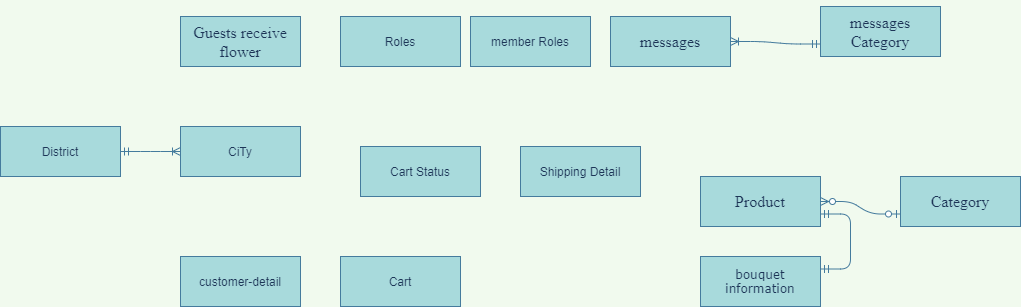
maialino123/Eproject-SEM3 keeps this draw.io diagram as Untitled Diagram.png. Above is the earlier version. Source tidied: cells renumbered, new cells last; positions are measured from the earlier drawing's top-left corner, leaving out a move shared by most shapes.
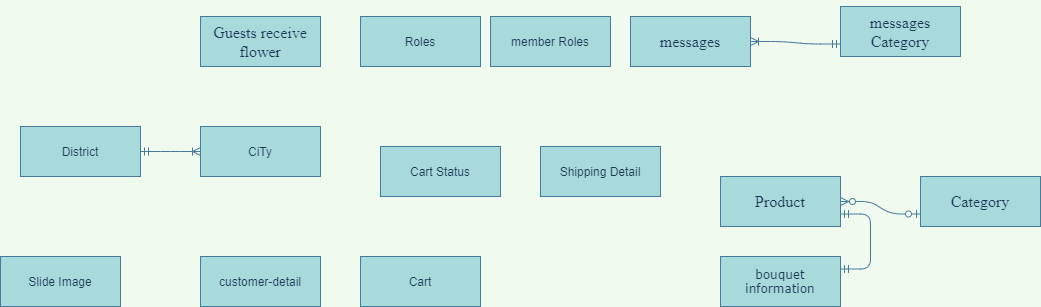
The same file after the commit.

What changed in the source:
```diff
@@ -56,5 +56,8 @@
     <mxCell id="19" value="member Roles" style="whiteSpace=wrap;html=1;align=center;rounded=0;sketch=0;fontColor=#1D3557;strokeColor=#457B9D;fillColor=#A8DADC;" parent="1" vertex="1">
       <mxGeometry x="470" y="10" width="120" height="50" as="geometry" />
     </mxCell>
+    <mxCell id="20" value="Slide Image" style="whiteSpace=wrap;html=1;align=center;rounded=0;sketch=0;fontColor=#1D3557;strokeColor=#457B9D;fillColor=#A8DADC;" parent="1" vertex="1">
+      <mxGeometry x="-20" y="250" width="120" height="50" as="geometry" />
+    </mxCell>
   </root>
 </mxGraphModel>
```
